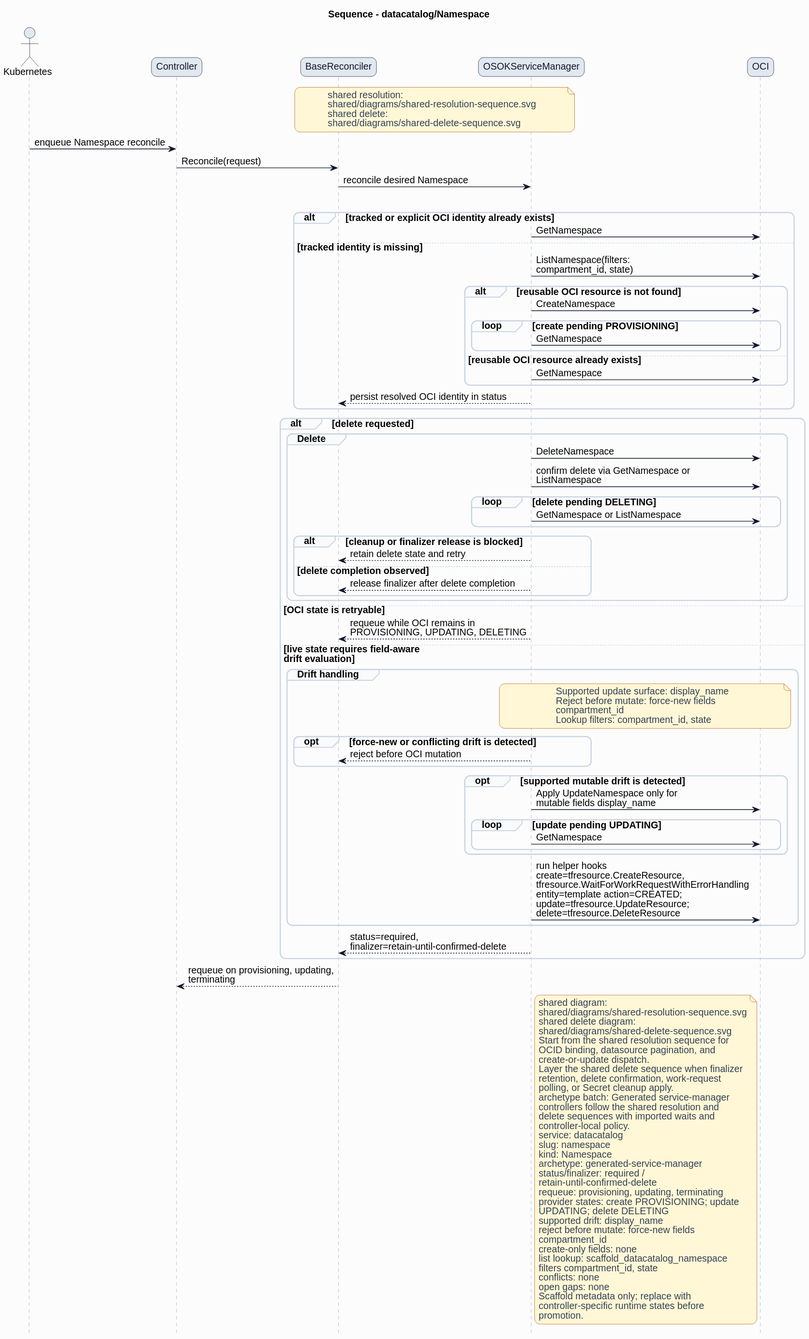
Earlier version of the PlantUML export formal/controllers/datacatalog/namespace/diagrams/sequence.svg (HaoyL666/oci-service-operator). Its diagram source:
```plantuml
@startuml
skinparam shadowing false
skinparam backgroundColor #fcfcfd
skinparam defaultFontName Helvetica
skinparam defaultFontSize 14
skinparam arrowColor #0f172a
skinparam noteBackgroundColor #fff7d6
skinparam noteBorderColor #b45309
skinparam noteFontColor #334155
skinparam roundcorner 16
title Sequence - datacatalog/Namespace
hide footbox
skinparam sequence {
  actorBorderColor #0f172a
  actorBackgroundColor #e2e8f0
  participantBorderColor #0f172a
  participantBackgroundColor #e2e8f0
  participantFontColor #0f172a
  lifeLineBorderColor #94a3b8
  groupBorderColor #cbd5e1
  groupBackgroundColor #f8fafc
}
actor Kubernetes
participant Controller
participant BaseReconciler
participant "OSOKServiceManager" as ServiceManager
participant OCI
note over BaseReconciler,ServiceManager
shared resolution:
shared/diagrams/shared-resolution-sequence.svg
shared delete:
shared/diagrams/shared-delete-sequence.svg
end note
Kubernetes -> Controller: enqueue Namespace reconcile
Controller -> BaseReconciler: Reconcile(request)
BaseReconciler -> ServiceManager: reconcile desired Namespace
group Lookup and bind
alt tracked or explicit OCI identity already exists
ServiceManager -> OCI: GetNamespace
else tracked identity is missing
ServiceManager -> OCI: ListNamespace(filters:\ncompartment_id, state)
alt reusable OCI resource is not found
ServiceManager -> OCI: CreateNamespace
loop create pending PROVISIONING
ServiceManager -> OCI: GetNamespace
end
else reusable OCI resource already exists
ServiceManager -> OCI: GetNamespace
end
ServiceManager --> BaseReconciler: persist resolved OCI identity in status
end
alt delete requested
group Delete
ServiceManager -> OCI: DeleteNamespace
ServiceManager -> OCI: confirm delete via GetNamespace or\nListNamespace
loop delete pending DELETING
ServiceManager -> OCI: GetNamespace or ListNamespace
end
alt cleanup or finalizer release is blocked
ServiceManager --> BaseReconciler: retain delete state and retry
else delete completion observed
ServiceManager --> BaseReconciler: release finalizer after delete completion
end
end
else OCI state is retryable
ServiceManager --> BaseReconciler: requeue while OCI remains in\nPROVISIONING, UPDATING, DELETING
else live state requires field-aware\ndrift evaluation
group Drift handling
note over ServiceManager,OCI
Supported update surface: display_name
Reject before mutate: force-new fields
compartment_id
Lookup filters: compartment_id, state
end note
opt force-new or conflicting drift is detected
ServiceManager --> BaseReconciler: reject before OCI mutation
end
opt supported mutable drift is detected
ServiceManager -> OCI: Apply UpdateNamespace only for\nmutable fields display_name
loop update pending UPDATING
ServiceManager -> OCI: GetNamespace
end
end
ServiceManager -> OCI: run helper hooks\ncreate=tfresource.CreateResource,\ntfresource.WaitForWorkRequestWithErrorHandling\nentity=template action=CREATED;\nupdate=tfresource.UpdateResource;\ndelete=tfresource.DeleteResource
end
ServiceManager --> BaseReconciler: status=required,\nfinalizer=retain-until-confirmed-delete
end
BaseReconciler --> Controller: requeue on provisioning, updating,\nterminating
note right of ServiceManager
shared diagram:
shared/diagrams/shared-resolution-sequence.svg
shared delete diagram:
shared/diagrams/shared-delete-sequence.svg
Start from the shared resolution sequence for
OCID binding, datasource pagination, and
create-or-update dispatch.
Layer the shared delete sequence when finalizer
retention, delete confirmation, work-request
polling, or Secret cleanup apply.
archetype batch: Generated service-manager
controllers follow the shared resolution and
delete sequences with imported waits and
controller-local policy.
service: datacatalog
slug: namespace
kind: Namespace
archetype: generated-service-manager
status/finalizer: required /
retain-until-confirmed-delete
requeue: provisioning, updating, terminating
provider states: create PROVISIONING; update
UPDATING; delete DELETING
supported drift: display_name
reject before mutate: force-new fields
compartment_id
create-only fields: none
list lookup: scaffold_datacatalog_namespace
filters compartment_id, state
conflicts: none
open gaps: none
Scaffold metadata only; replace with
controller-specific runtime states before
promotion.
end note
@enduml
```
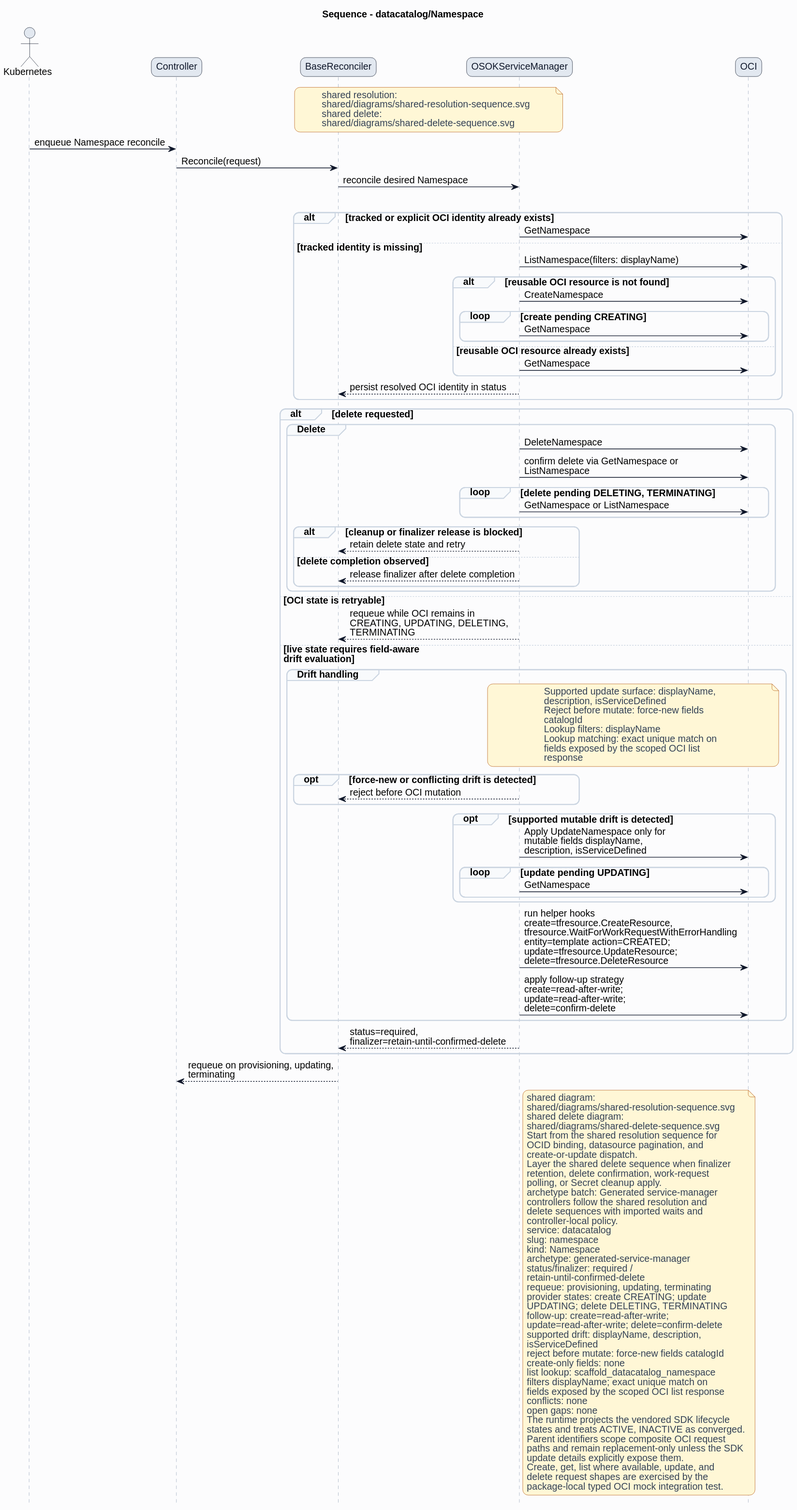
After the commit.

Diff of the diagram source:
```diff
@@ -38,10 +38,10 @@
 alt tracked or explicit OCI identity already exists
 ServiceManager -> OCI: GetNamespace
 else tracked identity is missing
-ServiceManager -> OCI: ListNamespace(filters:\ncompartment_id, state)
+ServiceManager -> OCI: ListNamespace(filters: displayName)
 alt reusable OCI resource is not found
 ServiceManager -> OCI: CreateNamespace
-loop create pending PROVISIONING
+loop create pending CREATING
 ServiceManager -> OCI: GetNamespace
 end
 else reusable OCI resource already exists
@@ -53,7 +53,7 @@
 group Delete
 ServiceManager -> OCI: DeleteNamespace
 ServiceManager -> OCI: confirm delete via GetNamespace or\nListNamespace
-loop delete pending DELETING
+loop delete pending DELETING, TERMINATING
 ServiceManager -> OCI: GetNamespace or ListNamespace
 end
 alt cleanup or finalizer release is blocked
@@ -63,25 +63,30 @@
 end
 end
 else OCI state is retryable
-ServiceManager --> BaseReconciler: requeue while OCI remains in\nPROVISIONING, UPDATING, DELETING
+ServiceManager --> BaseReconciler: requeue while OCI remains in\nCREATING, UPDATING, DELETING,\nTERMINATING
 else live state requires field-aware\ndrift evaluation
 group Drift handling
 note over ServiceManager,OCI
-Supported update surface: display_name
+Supported update surface: displayName,
+description, isServiceDefined
 Reject before mutate: force-new fields
-compartment_id
-Lookup filters: compartment_id, state
+catalogId
+Lookup filters: displayName
+Lookup matching: exact unique match on
+fields exposed by the scoped OCI list
+response
 end note
 opt force-new or conflicting drift is detected
 ServiceManager --> BaseReconciler: reject before OCI mutation
 end
 opt supported mutable drift is detected
-ServiceManager -> OCI: Apply UpdateNamespace only for\nmutable fields display_name
+ServiceManager -> OCI: Apply UpdateNamespace only for\nmutable fields displayName,\ndescription, isServiceDefined
 loop update pending UPDATING
 ServiceManager -> OCI: GetNamespace
 end
 end
 ServiceManager -> OCI: run helper hooks\ncreate=tfresource.CreateResource,\ntfresource.WaitForWorkRequestWithErrorHandling\nentity=template action=CREATED;\nupdate=tfresource.UpdateResource;\ndelete=tfresource.DeleteResource
+ServiceManager -> OCI: apply follow-up strategy\ncreate=read-after-write;\nupdate=read-after-write;\ndelete=confirm-delete
 end
 ServiceManager --> BaseReconciler: status=required,\nfinalizer=retain-until-confirmed-delete
 end
@@ -108,18 +113,26 @@
 status/finalizer: required /
 retain-until-confirmed-delete
 requeue: provisioning, updating, terminating
-provider states: create PROVISIONING; update
-UPDATING; delete DELETING
-supported drift: display_name
-reject before mutate: force-new fields
-compartment_id
+provider states: create CREATING; update
+UPDATING; delete DELETING, TERMINATING
+follow-up: create=read-after-write;
+update=read-after-write; delete=confirm-delete
+supported drift: displayName, description,
+isServiceDefined
+reject before mutate: force-new fields catalogId
 create-only fields: none
 list lookup: scaffold_datacatalog_namespace
-filters compartment_id, state
+filters displayName; exact unique match on
+fields exposed by the scoped OCI list response
 conflicts: none
 open gaps: none
-Scaffold metadata only; replace with
-controller-specific runtime states before
-promotion.
+The runtime projects the vendored SDK lifecycle
+states and treats ACTIVE, INACTIVE as converged.
+Parent identifiers scope composite OCI request
+paths and remain replacement-only unless the SDK
+update details explicitly expose them.
+Create, get, list where available, update, and
+delete request shapes are exercised by the
+package-local typed OCI mock integration test.
 end note
 @enduml
```
